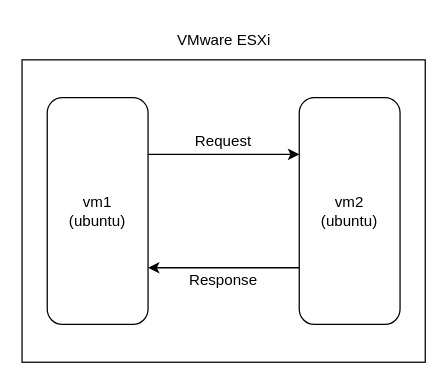
Before: work/未命名绘图.drawio in baibaip/diagrams, a draw.io diagram. Source tidied: cells renumbered, new cells numbered last; positions are measured from the earlier drawing's top-left corner, leaving out a move shared by most shapes. Both pictures are drawn from the tidied source at 126%, with x=0, y=0 at pixel (21, 21).
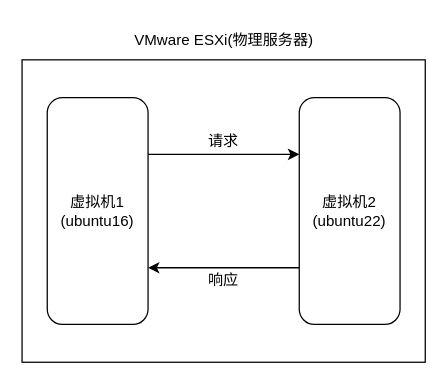
The same page after the edit.

Commit message:
更新未命名绘图.drawio

Diff of the diagram source:
```diff
@@
 <mxGraphModel>
   <root>
     <mxCell id="0" />
     <mxCell id="1" parent="0" />
     <mxCell id="2" style="rounded=0;whiteSpace=wrap;html=1;" parent="1" vertex="1">
       <mxGeometry y="30" width="320" height="240" as="geometry" />
     </mxCell>
-    <mxCell id="3" value="VMware ESXi" style="text;html=1;align=center;verticalAlign=middle;strokeColor=none;fillColor=none;" parent="1" vertex="1">
-      <mxGeometry x="110" width="100" height="30" as="geometry" />
+    <mxCell id="3" value="VMware ESXi(物理服务器)" style="text;html=1;align=center;verticalAlign=middle;strokeColor=none;fillColor=none;" parent="1" vertex="1">
+      <mxGeometry x="75" width="170" height="30" as="geometry" />
     </mxCell>
     <mxCell id="4" style="edgeStyle=orthogonalEdgeStyle;rounded=0;jettySize=auto;html=1;exitX=1;exitY=0.25;exitDx=0;exitDy=0;entryX=0;entryY=0.25;entryDx=0;entryDy=0;" parent="1" edge="1" source="5" target="7">
       <mxGeometry relative="1" as="geometry" />
     </mxCell>
-    <mxCell id="5" value="vm1&lt;div&gt;(ubuntu)&lt;/div&gt;" style="rounded=1;whiteSpace=wrap;html=1;" parent="1" vertex="1">
+    <mxCell id="5" value="&lt;div&gt;虚拟机1&lt;/div&gt;&lt;div&gt;(ubuntu16)&lt;/div&gt;" style="rounded=1;whiteSpace=wrap;html=1;" parent="1" vertex="1">
       <mxGeometry x="20" y="60" width="80" height="180" as="geometry" />
     </mxCell>
     <mxCell id="6" style="edgeStyle=orthogonalEdgeStyle;rounded=0;jettySize=auto;html=1;exitX=0;exitY=0.75;exitDx=0;exitDy=0;entryX=1;entryY=0.75;entryDx=0;entryDy=0;" parent="1" edge="1" source="7" target="5">
       <mxGeometry relative="1" as="geometry" />
     </mxCell>
-    <mxCell id="7" value="vm2&lt;div&gt;(ubuntu)&lt;/div&gt;" style="rounded=1;whiteSpace=wrap;html=1;" parent="1" vertex="1">
+    <mxCell id="7" value="&lt;div&gt;虚拟机2&lt;/div&gt;&lt;div&gt;(ubuntu22)&lt;/div&gt;" style="rounded=1;whiteSpace=wrap;html=1;" parent="1" vertex="1">
       <mxGeometry x="220" y="60" width="80" height="180" as="geometry" />
     </mxCell>
-    <mxCell id="8" value="Request" style="text;html=1;align=center;verticalAlign=middle;whiteSpace=wrap;rounded=0;" parent="1" vertex="1">
+    <mxCell id="8" value="请求" style="text;html=1;align=center;verticalAlign=middle;whiteSpace=wrap;rounded=0;" parent="1" vertex="1">
       <mxGeometry x="130" y="80" width="60" height="30" as="geometry" />
     </mxCell>
-    <mxCell id="9" value="Response" style="text;html=1;align=center;verticalAlign=middle;whiteSpace=wrap;rounded=0;" parent="1" vertex="1">
+    <mxCell id="9" value="响应" style="text;html=1;align=center;verticalAlign=middle;whiteSpace=wrap;rounded=0;" parent="1" vertex="1">
       <mxGeometry x="130" y="190" width="60" height="30" as="geometry" />
     </mxCell>
   </root>
 </mxGraphModel>
```
